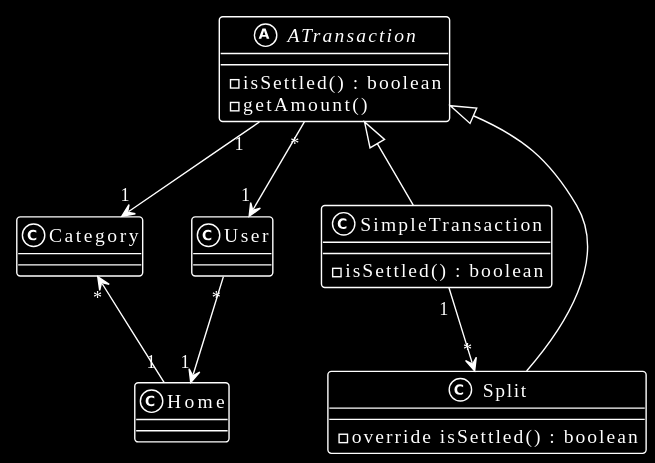
Before: doc/diagrams/model.svg, a diagram exported from PlantUML (GabSabbath/sharebill). The source it was exported from:
```plantuml
@startuml
!theme mono
skinparam monochrome reverse

class Category

class Home

class User

abstract class ATransaction {
    - isSettled() : boolean
    - getAmount()
}

class SimpleTransaction extends ATransaction {
    - isSettled() : boolean
}

class Split extends ATransaction {
    - override isSettled() : boolean
}

ATransaction "*" --> "1" User
ATransaction "1" --> "1" Category
User "*" --> "1" Home
Category "*" <-- "1" Home
SimpleTransaction "1" --> "*" Split
@enduml
```
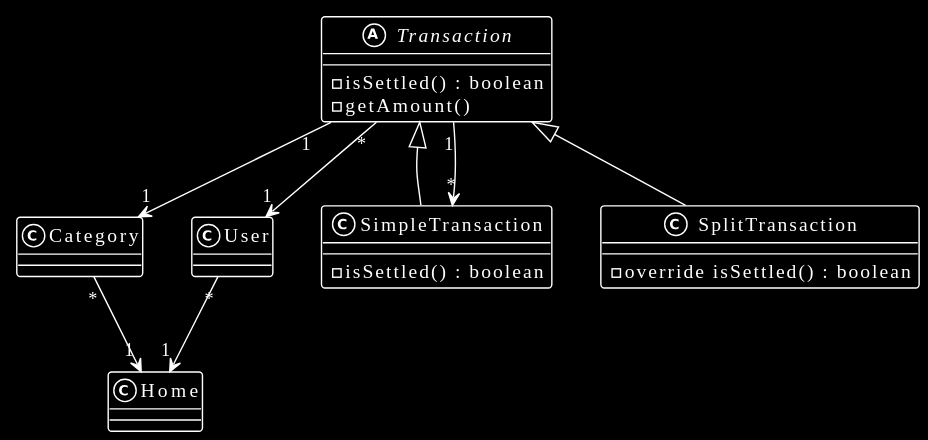
The same file after the commit.

What changed in the source:
```diff
@@ -8,22 +8,22 @@
 
 class User
 
-abstract class ATransaction {
+abstract class Transaction {
     - isSettled() : boolean
     - getAmount()
 }
 
-class SimpleTransaction extends ATransaction {
+class SimpleTransaction extends Transaction {
     - isSettled() : boolean
 }
 
-class Split extends ATransaction {
+class SplitTransaction extends Transaction {
     - override isSettled() : boolean
 }
 
-ATransaction "*" --> "1" User
-ATransaction "1" --> "1" Category
+Transaction "*" --> "1" User
+Transaction "1" --> "1" Category
 User "*" --> "1" Home
-Category "*" <-- "1" Home
-SimpleTransaction "1" --> "*" Split
+Category "*" --> "1" Home
+Transaction "1" --> "*" SimpleTransaction
 @enduml
```
